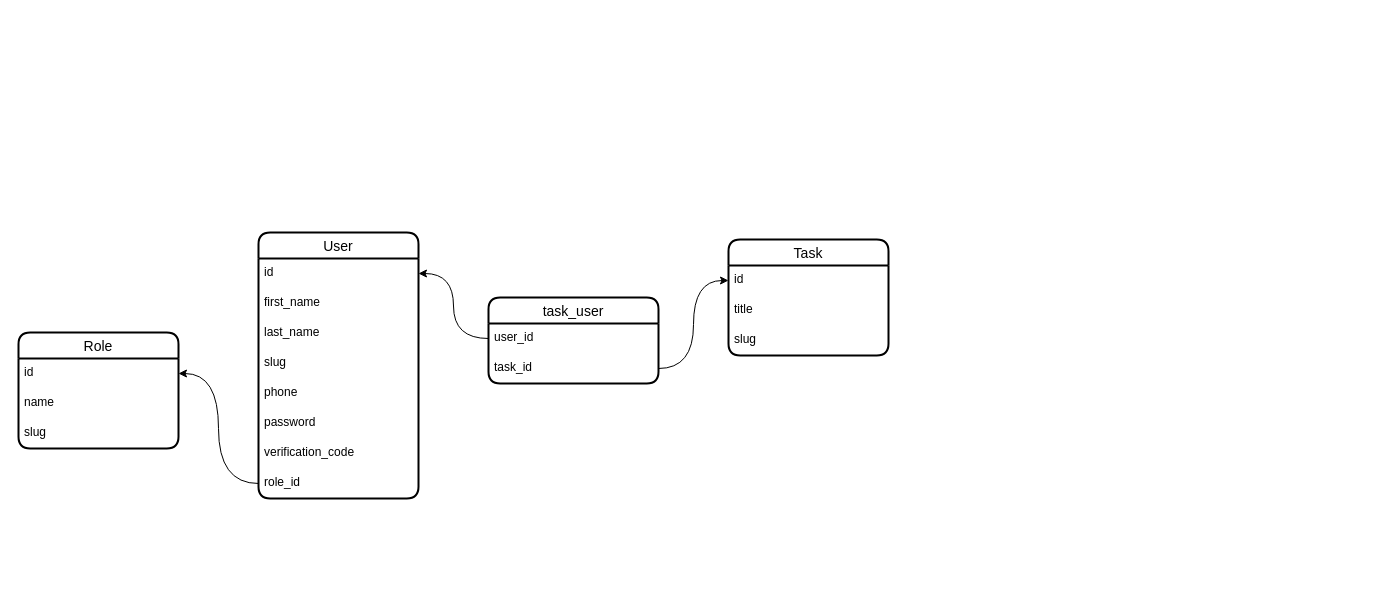
Earlier version of the draw.io diagram karsoft-worker.drawio (iztileuoff/databases). Source tidied: cells renumbered, new cells numbered last; positions are measured from the earlier drawing's top-left corner, leaving out a move shared by most shapes. Both pictures are drawn from the tidied source at 100%, with x=0, y=0 at pixel (18, 232).
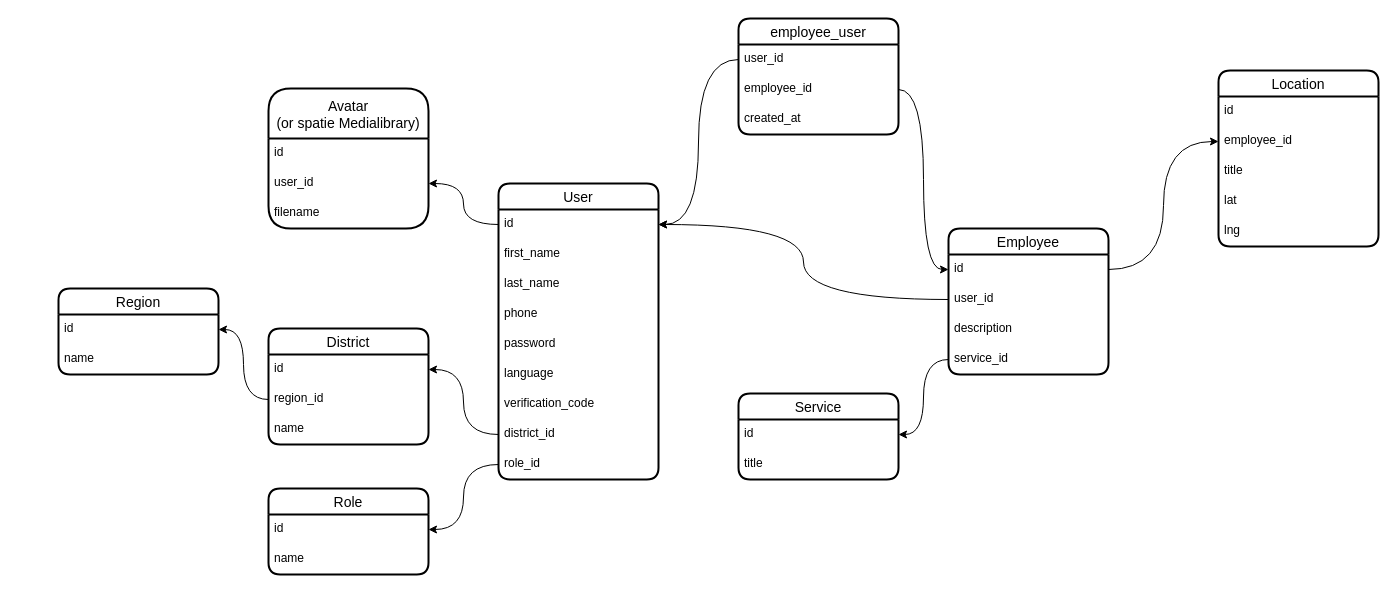
After the change.

The change refers to these unchanged cells:
```xml
<mxCell id="3" value="id" style="text;strokeColor=none;fillColor=none;spacingLeft=4;spacingRight=4;overflow=hidden;points=[[0,0.5],[1,0.5]];portConstraint=eastwest;fontSize=12;whiteSpace=wrap;html=1;" parent="2" vertex="1">
  <mxGeometry y="26" width="160" height="30" as="geometry" />
</mxCell>
<mxCell id="12" value="id" style="text;strokeColor=none;fillColor=none;spacingLeft=4;spacingRight=4;overflow=hidden;points=[[0,0.5],[1,0.5]];portConstraint=eastwest;fontSize=12;whiteSpace=wrap;html=1;" parent="11" vertex="1">
  <mxGeometry y="26" width="160" height="30" as="geometry" />
</mxCell>
```

What changed in the source:
```diff
@@
     <mxCell id="2" value="User" style="swimlane;fontStyle=0;horizontal=1;startSize=26;align=center;fontSize=14;strokeWidth=2;rounded=1;shadow=0;glass=0;swimlaneLine=1;" parent="1" vertex="1">
-      <mxGeometry x="240" width="160" height="266" as="geometry" />
+      <mxGeometry x="480" y="-49" width="160" height="296" as="geometry" />
     </mxCell>
@@
-    <mxCell id="6" value="slug" style="text;strokeColor=none;fillColor=none;spacingLeft=4;spacingRight=4;overflow=hidden;fontSize=12;whiteSpace=wrap;html=1;" parent="2" vertex="1">
-      <mxGeometry y="116" width="160" height="30" as="geometry" />
-    </mxCell>
     <mxCell id="7" value="phone" style="text;strokeColor=none;fillColor=none;spacingLeft=4;spacingRight=4;overflow=hidden;fontSize=12;whiteSpace=wrap;html=1;" parent="2" vertex="1">
-      <mxGeometry y="146" width="160" height="30" as="geometry" />
+      <mxGeometry y="116" width="160" height="30" as="geometry" />
     </mxCell>
     <mxCell id="8" value="password" style="text;strokeColor=none;fillColor=none;spacingLeft=4;spacingRight=4;overflow=hidden;fontSize=12;whiteSpace=wrap;html=1;" parent="2" vertex="1">
-      <mxGeometry y="176" width="160" height="30" as="geometry" />
+      <mxGeometry y="146" width="160" height="30" as="geometry" />
     </mxCell>
+    <mxCell id="25" value="language" style="text;strokeColor=none;fillColor=none;spacingLeft=4;spacingRight=4;overflow=hidden;fontSize=12;whiteSpace=wrap;html=1;" parent="2" vertex="1">
+      <mxGeometry y="176" width="160" height="30" as="geometry" />
+    </mxCell>
@@
+    <mxCell id="26" value="district_id" style="text;strokeColor=none;fillColor=none;spacingLeft=4;spacingRight=4;overflow=hidden;points=[[0,0.5],[1,0.5]];portConstraint=eastwest;fontSize=12;whiteSpace=wrap;html=1;" parent="2" vertex="1">
+      <mxGeometry y="236" width="160" height="30" as="geometry" />
+    </mxCell>
     <mxCell id="10" value="role_id" style="text;strokeColor=none;fillColor=none;spacingLeft=4;spacingRight=4;overflow=hidden;points=[[0,0.5],[1,0.5]];portConstraint=eastwest;fontSize=12;whiteSpace=wrap;html=1;" parent="2" vertex="1">
-      <mxGeometry y="236" width="160" height="30" as="geometry" />
+      <mxGeometry y="266" width="160" height="30" as="geometry" />
     </mxCell>
-    <mxCell id="11" value="Task" style="swimlane;fontStyle=0;horizontal=1;startSize=26;align=center;fontSize=14;strokeWidth=2;rounded=1;shadow=0;glass=0;swimlaneLine=1;" parent="1" vertex="1">
-      <mxGeometry x="710" y="7" width="160" height="116" as="geometry" />
+    <mxCell id="11" value="Service" style="swimlane;fontStyle=0;horizontal=1;startSize=26;align=center;fontSize=14;strokeWidth=2;rounded=1;shadow=0;glass=0;swimlaneLine=1;" parent="1" vertex="1">
+      <mxGeometry x="720" y="161" width="160" height="86" as="geometry" />
     </mxCell>
@@
-    <mxCell id="14" value="slug" style="text;strokeColor=none;fillColor=none;spacingLeft=4;spacingRight=4;overflow=hidden;fontSize=12;whiteSpace=wrap;html=1;" parent="11" vertex="1">
-      <mxGeometry y="86" width="160" height="30" as="geometry" />
-    </mxCell>
-    <mxCell id="15" value="task_user" style="swimlane;fontStyle=0;horizontal=1;startSize=26;align=center;fontSize=14;strokeWidth=2;rounded=1;shadow=0;glass=0;swimlaneLine=1;" parent="1" vertex="1">
-      <mxGeometry x="470" y="65" width="170" height="86" as="geometry" />
-    </mxCell>
-    <mxCell id="16" value="user_id" style="text;strokeColor=none;fillColor=none;spacingLeft=4;spacingRight=4;overflow=hidden;points=[[0,0.5],[1,0.5]];portConstraint=eastwest;fontSize=12;whiteSpace=wrap;html=1;" parent="15" vertex="1">
-      <mxGeometry y="26" width="170" height="30" as="geometry" />
-    </mxCell>
-    <mxCell id="17" value="task_id" style="text;strokeColor=none;fillColor=none;spacingLeft=4;spacingRight=4;overflow=hidden;points=[[0,0.5],[1,0.5]];portConstraint=eastwest;fontSize=12;whiteSpace=wrap;html=1;" parent="15" vertex="1">
-      <mxGeometry y="56" width="170" height="30" as="geometry" />
-    </mxCell>
-    <mxCell id="18" style="edgeStyle=orthogonalEdgeStyle;rounded=0;jettySize=auto;html=1;entryX=1;entryY=0.5;entryDx=0;entryDy=0;curved=1;" parent="1" edge="1" source="16" target="3">
-      <mxGeometry relative="1" as="geometry" />
-    </mxCell>
-    <mxCell id="19" style="edgeStyle=orthogonalEdgeStyle;rounded=0;jettySize=auto;html=1;entryX=0;entryY=0.5;entryDx=0;entryDy=0;curved=1;" parent="1" edge="1" source="17" target="12">
-      <mxGeometry relative="1" as="geometry" />
-    </mxCell>
     <mxCell id="20" value="Role" style="swimlane;fontStyle=0;horizontal=1;startSize=26;align=center;fontSize=14;strokeWidth=2;rounded=1;shadow=0;glass=0;swimlaneLine=1;" parent="1" vertex="1">
-      <mxGeometry y="100" width="160" height="116" as="geometry" />
+      <mxGeometry x="250" y="256" width="160" height="86" as="geometry" />
     </mxCell>
@@
-    <mxCell id="23" value="slug" style="text;strokeColor=none;fillColor=none;spacingLeft=4;spacingRight=4;overflow=hidden;fontSize=12;whiteSpace=wrap;html=1;" parent="20" vertex="1">
-      <mxGeometry y="86" width="160" height="30" as="geometry" />
-    </mxCell>
@@
+    <mxCell id="27" value="Region" style="swimlane;fontStyle=0;horizontal=1;startSize=26;align=center;fontSize=14;strokeWidth=2;rounded=1;shadow=0;glass=0;swimlaneLine=1;" parent="1" vertex="1">
+      <mxGeometry x="40" y="56" width="160" height="86" as="geometry" />
+    </mxCell>
+    <mxCell id="28" value="id" style="text;strokeColor=none;fillColor=none;spacingLeft=4;spacingRight=4;overflow=hidden;points=[[0,0.5],[1,0.5]];portConstraint=eastwest;fontSize=12;whiteSpace=wrap;html=1;" parent="27" vertex="1">
+      <mxGeometry y="26" width="160" height="30" as="geometry" />
+    </mxCell>
+    <mxCell id="29" value="name" style="text;strokeColor=none;fillColor=none;spacingLeft=4;spacingRight=4;overflow=hidden;fontSize=12;whiteSpace=wrap;html=1;" parent="27" vertex="1">
+      <mxGeometry y="56" width="160" height="30" as="geometry" />
+    </mxCell>
+    <mxCell id="30" value="District" style="swimlane;fontStyle=0;horizontal=1;startSize=26;align=center;fontSize=14;strokeWidth=2;rounded=1;shadow=0;glass=0;swimlaneLine=1;" parent="1" vertex="1">
+      <mxGeometry x="250" y="96" width="160" height="116" as="geometry" />
+    </mxCell>
+    <mxCell id="31" value="id" style="text;strokeColor=none;fillColor=none;spacingLeft=4;spacingRight=4;overflow=hidden;points=[[0,0.5],[1,0.5]];portConstraint=eastwest;fontSize=12;whiteSpace=wrap;html=1;" parent="30" vertex="1">
+      <mxGeometry y="26" width="160" height="30" as="geometry" />
+    </mxCell>
+    <mxCell id="32" value="region_id" style="text;strokeColor=none;fillColor=none;spacingLeft=4;spacingRight=4;overflow=hidden;points=[[0,0.5],[1,0.5]];portConstraint=eastwest;fontSize=12;whiteSpace=wrap;html=1;" parent="30" vertex="1">
+      <mxGeometry y="56" width="160" height="30" as="geometry" />
+    </mxCell>
+    <mxCell id="33" value="name" style="text;strokeColor=none;fillColor=none;spacingLeft=4;spacingRight=4;overflow=hidden;fontSize=12;whiteSpace=wrap;html=1;" parent="30" vertex="1">
+      <mxGeometry y="86" width="160" height="30" as="geometry" />
+    </mxCell>
+    <mxCell id="34" style="edgeStyle=orthogonalEdgeStyle;rounded=0;jettySize=auto;html=1;entryX=1;entryY=0.5;entryDx=0;entryDy=0;curved=1;" parent="1" edge="1" source="32" target="28">
+      <mxGeometry relative="1" as="geometry" />
+    </mxCell>
+    <mxCell id="35" style="edgeStyle=orthogonalEdgeStyle;rounded=0;jettySize=auto;html=1;entryX=1;entryY=0.5;entryDx=0;entryDy=0;curved=1;" parent="1" edge="1" source="26" target="31">
+      <mxGeometry relative="1" as="geometry" />
+    </mxCell>
+    <mxCell id="36" value="Location" style="swimlane;fontStyle=0;horizontal=1;startSize=26;align=center;fontSize=14;strokeWidth=2;rounded=1;shadow=0;glass=0;swimlaneLine=1;" parent="1" vertex="1">
+      <mxGeometry x="1200" y="-162" width="160" height="176" as="geometry" />
+    </mxCell>
+    <mxCell id="37" value="id" style="text;strokeColor=none;fillColor=none;spacingLeft=4;spacingRight=4;overflow=hidden;fontSize=12;whiteSpace=wrap;html=1;" parent="36" vertex="1">
+      <mxGeometry y="26" width="160" height="30" as="geometry" />
+    </mxCell>
+    <mxCell id="38" value="employee_id" style="text;strokeColor=none;fillColor=none;spacingLeft=4;spacingRight=4;overflow=hidden;points=[[0,0.5],[1,0.5]];portConstraint=eastwest;fontSize=12;whiteSpace=wrap;html=1;" parent="36" vertex="1">
+      <mxGeometry y="56" width="160" height="30" as="geometry" />
+    </mxCell>
+    <mxCell id="39" value="title" style="text;strokeColor=none;fillColor=none;spacingLeft=4;spacingRight=4;overflow=hidden;fontSize=12;whiteSpace=wrap;html=1;" parent="36" vertex="1">
+      <mxGeometry y="86" width="160" height="30" as="geometry" />
+    </mxCell>
+    <mxCell id="40" value="lat" style="text;strokeColor=none;fillColor=none;spacingLeft=4;spacingRight=4;overflow=hidden;fontSize=12;whiteSpace=wrap;html=1;" parent="36" vertex="1">
+      <mxGeometry y="116" width="160" height="30" as="geometry" />
+    </mxCell>
+    <mxCell id="41" value="lng" style="text;strokeColor=none;fillColor=none;spacingLeft=4;spacingRight=4;overflow=hidden;fontSize=12;whiteSpace=wrap;html=1;" parent="36" vertex="1">
+      <mxGeometry y="146" width="160" height="30" as="geometry" />
+    </mxCell>
+    <mxCell id="42" value="employee_user" style="swimlane;fontStyle=0;horizontal=1;startSize=26;align=center;fontSize=14;strokeWidth=2;rounded=1;shadow=0;glass=0;swimlaneLine=1;" parent="1" vertex="1">
+      <mxGeometry x="720" y="-214" width="160" height="116" as="geometry" />
+    </mxCell>
+    <mxCell id="43" value="user_id" style="text;strokeColor=none;fillColor=none;spacingLeft=4;spacingRight=4;overflow=hidden;points=[[0,0.5],[1,0.5]];portConstraint=eastwest;fontSize=12;whiteSpace=wrap;html=1;" parent="42" vertex="1">
+      <mxGeometry y="26" width="160" height="30" as="geometry" />
+    </mxCell>
+    <mxCell id="44" value="employee_id" style="text;strokeColor=none;fillColor=none;spacingLeft=4;spacingRight=4;overflow=hidden;points=[[0,0.5],[1,0.5]];portConstraint=eastwest;fontSize=12;whiteSpace=wrap;html=1;" parent="42" vertex="1">
+      <mxGeometry y="56" width="160" height="30" as="geometry" />
+    </mxCell>
+    <mxCell id="45" value="created_at" style="text;strokeColor=none;fillColor=none;spacingLeft=4;spacingRight=4;overflow=hidden;fontSize=12;whiteSpace=wrap;html=1;" parent="42" vertex="1">
+      <mxGeometry y="86" width="160" height="30" as="geometry" />
+    </mxCell>
+    <mxCell id="46" style="edgeStyle=orthogonalEdgeStyle;rounded=0;jettySize=auto;html=1;entryX=1;entryY=0.5;entryDx=0;entryDy=0;curved=1;" parent="1" edge="1" source="43" target="3">
+      <mxGeometry relative="1" as="geometry" />
+    </mxCell>
+    <mxCell id="47" value="Employee" style="swimlane;fontStyle=0;horizontal=1;startSize=26;align=center;fontSize=14;strokeWidth=2;rounded=1;shadow=0;glass=0;swimlaneLine=1;" parent="1" vertex="1">
+      <mxGeometry x="930" y="-4" width="160" height="146" as="geometry" />
+    </mxCell>
+    <mxCell id="48" value="id" style="text;strokeColor=none;fillColor=none;spacingLeft=4;spacingRight=4;overflow=hidden;points=[[0,0.5],[1,0.5]];portConstraint=eastwest;fontSize=12;whiteSpace=wrap;html=1;" parent="47" vertex="1">
+      <mxGeometry y="26" width="160" height="30" as="geometry" />
+    </mxCell>
+    <mxCell id="49" value="user_id" style="text;strokeColor=none;fillColor=none;spacingLeft=4;spacingRight=4;overflow=hidden;points=[[0,0.5],[1,0.5]];portConstraint=eastwest;fontSize=12;whiteSpace=wrap;html=1;" parent="47" vertex="1">
+      <mxGeometry y="56" width="160" height="30" as="geometry" />
+    </mxCell>
+    <mxCell id="50" value="description" style="text;strokeColor=none;fillColor=none;spacingLeft=4;spacingRight=4;overflow=hidden;fontSize=12;whiteSpace=wrap;html=1;" parent="47" vertex="1">
+      <mxGeometry y="86" width="160" height="30" as="geometry" />
+    </mxCell>
+    <mxCell id="51" value="service_id" style="text;strokeColor=none;fillColor=none;spacingLeft=4;spacingRight=4;overflow=hidden;points=[[0,0.5],[1,0.5]];portConstraint=eastwest;fontSize=12;whiteSpace=wrap;html=1;" parent="47" vertex="1">
+      <mxGeometry y="116" width="160" height="30" as="geometry" />
+    </mxCell>
+    <mxCell id="52" style="edgeStyle=orthogonalEdgeStyle;rounded=0;jettySize=auto;html=1;entryX=1;entryY=0.5;entryDx=0;entryDy=0;curved=1;" parent="1" edge="1" source="51" target="12">
+      <mxGeometry relative="1" as="geometry" />
+    </mxCell>
+    <mxCell id="53" style="edgeStyle=orthogonalEdgeStyle;rounded=0;jettySize=auto;html=1;entryX=0;entryY=0.5;entryDx=0;entryDy=0;curved=1;" parent="1" edge="1" source="44" target="48">
+      <mxGeometry relative="1" as="geometry" />
+    </mxCell>
+    <mxCell id="54" style="edgeStyle=orthogonalEdgeStyle;rounded=0;jettySize=auto;html=1;entryX=1;entryY=0.5;entryDx=0;entryDy=0;curved=1;" parent="1" edge="1" source="49" target="3">
+      <mxGeometry relative="1" as="geometry" />
+    </mxCell>
+    <mxCell id="55" style="edgeStyle=orthogonalEdgeStyle;rounded=0;jettySize=auto;html=1;entryX=0;entryY=0.5;entryDx=0;entryDy=0;curved=1;" parent="1" edge="1" source="48" target="38">
+      <mxGeometry relative="1" as="geometry" />
+    </mxCell>
+    <mxCell id="56" value="Avatar &#10;(or spatie Medialibrary)" style="swimlane;fontStyle=0;horizontal=1;startSize=50;align=center;fontSize=14;strokeWidth=2;rounded=1;shadow=0;glass=0;swimlaneLine=1;" parent="1" vertex="1">
+      <mxGeometry x="250" y="-144" width="160" height="140" as="geometry" />
+    </mxCell>
+    <mxCell id="57" value="id" style="text;strokeColor=none;fillColor=none;spacingLeft=4;spacingRight=4;overflow=hidden;fontSize=12;whiteSpace=wrap;html=1;" parent="56" vertex="1">
+      <mxGeometry y="50" width="160" height="30" as="geometry" />
+    </mxCell>
+    <mxCell id="58" value="user_id" style="text;strokeColor=none;fillColor=none;spacingLeft=4;spacingRight=4;overflow=hidden;points=[[0,0.5],[1,0.5]];portConstraint=eastwest;fontSize=12;whiteSpace=wrap;html=1;" parent="56" vertex="1">
+      <mxGeometry y="80" width="160" height="30" as="geometry" />
+    </mxCell>
+    <mxCell id="59" value="filename" style="text;strokeColor=none;fillColor=none;spacingLeft=4;spacingRight=4;overflow=hidden;fontSize=12;whiteSpace=wrap;html=1;" parent="56" vertex="1">
+      <mxGeometry y="110" width="160" height="30" as="geometry" />
+    </mxCell>
+    <mxCell id="60" style="edgeStyle=orthogonalEdgeStyle;rounded=0;jettySize=auto;html=1;entryX=1;entryY=0.5;entryDx=0;entryDy=0;curved=1;" parent="1" edge="1" source="3" target="58">
+      <mxGeometry relative="1" as="geometry" />
+    </mxCell>
```
